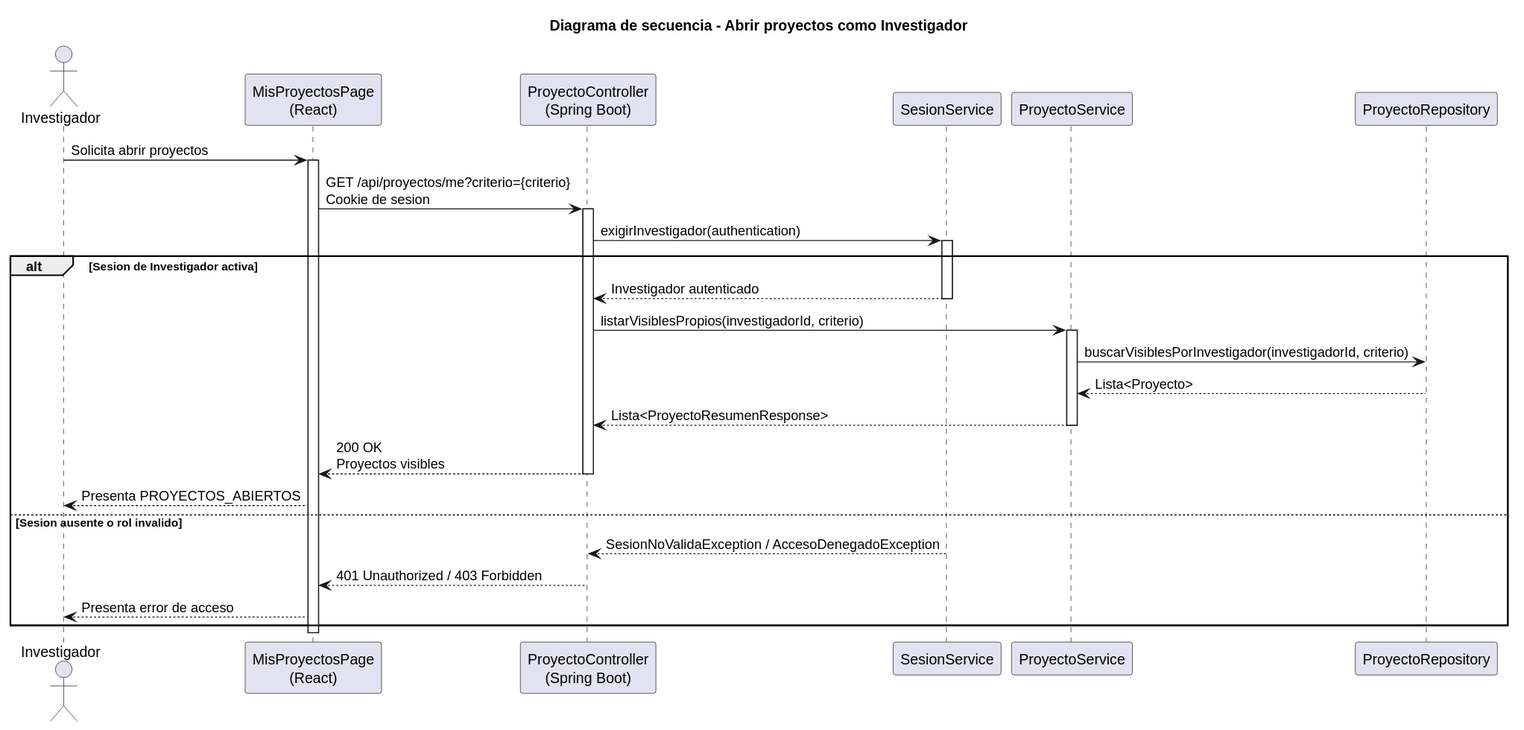
beatriizorozco/25-26-idsw2-sdVC keeps this PlantUML diagram as images/RUP/02-diseño/casos-uso/investigador/abrirProyectos/secuencia.svg. Above is the earlier version.
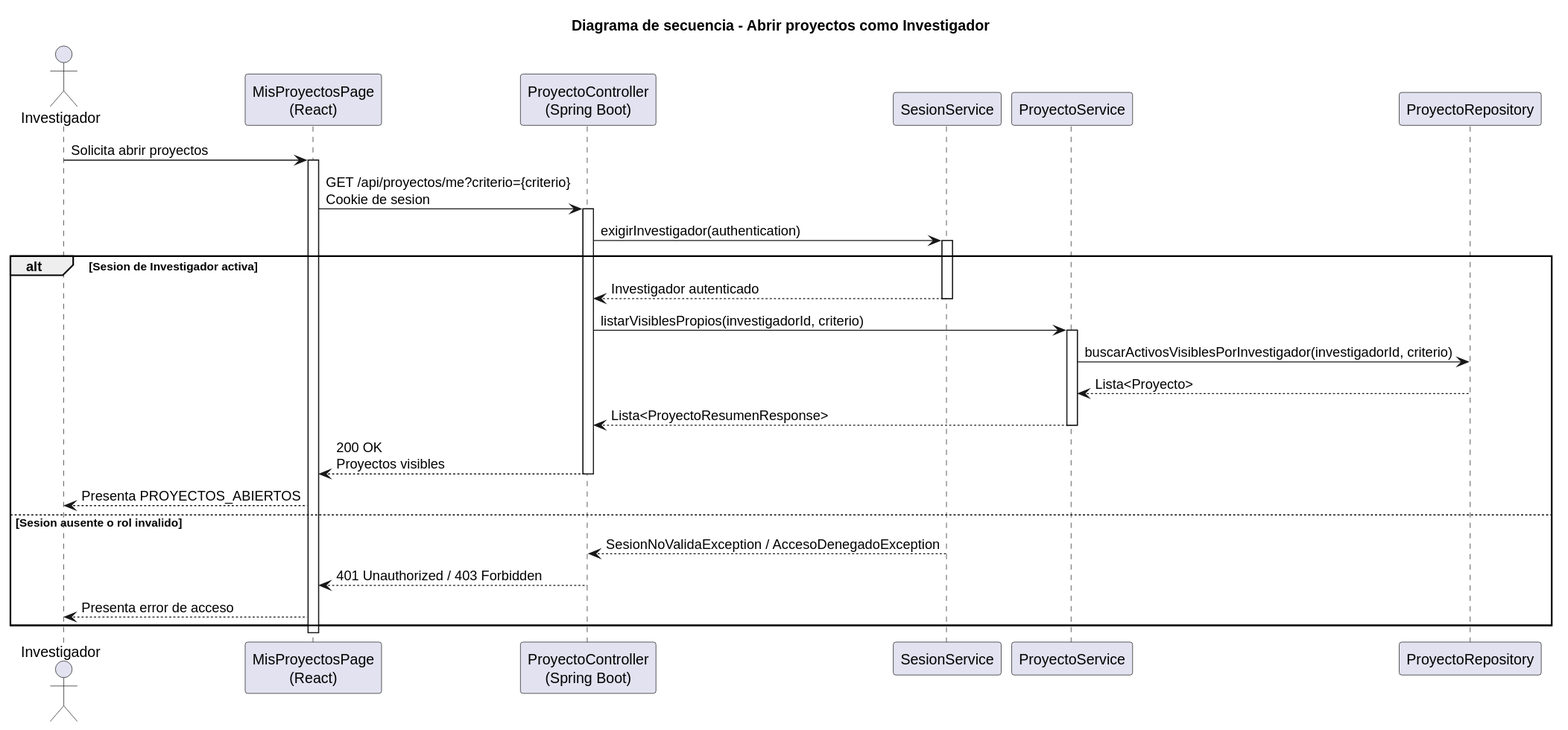
Above is the later version.

Diff of the diagram source:
```diff
@@ -19,7 +19,7 @@
     deactivate Sesion
     Api -> Service: listarVisiblesPropios(investigadorId, criterio)
     activate Service
-    Service -> Repo: buscarVisiblesPorInvestigador(investigadorId, criterio)
+    Service -> Repo: buscarActivosVisiblesPorInvestigador(investigadorId, criterio)
     Repo --> Service: Lista<Proyecto>
     Service --> Api: Lista<ProyectoResumenResponse>
     deactivate Service
```
